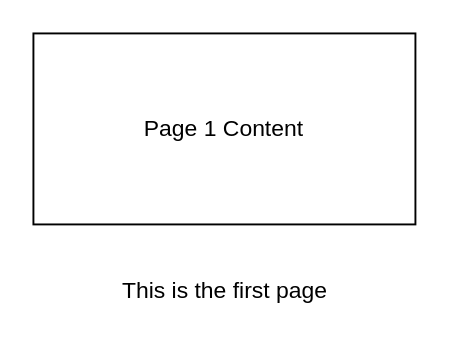
Above: page "Page 1" (1 of 3) of 027.test-drawio/src/multi-page-test.drawio in kohei39san/mystudy-handson (draw.io), before the change. Source tidied: cells renumbered, new cells numbered last; positions are measured from the earlier drawing's top-left corner, leaving out a move shared by most shapes. Both pictures are drawn from the tidied source at 191%, with x=0, y=0 at pixel (32, 32).
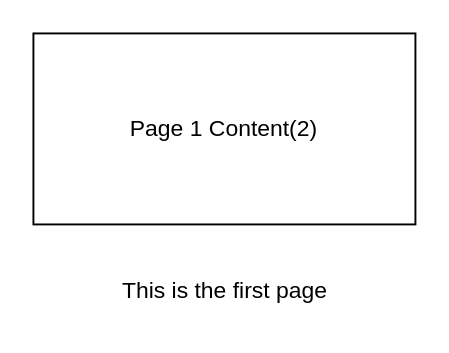
After the change.

Commit message (it also covers changes not shown here):
refactor: streamline Draw.io page counting by using a dedicated script

Diff of the diagram source:
```diff
@@
 <mxGraphModel>
   <root>
     <mxCell id="0" />
     <mxCell id="1" parent="0" />
-    <mxCell id="2" value="Page 1 Content" style="rounded=0;whiteSpace=wrap;html=1;" parent="1" vertex="1">
+    <mxCell id="2" value="Page 1 Content(2)" style="rounded=0;whiteSpace=wrap;html=1;" parent="1" vertex="1">
       <mxGeometry width="200" height="100" as="geometry" />
     </mxCell>
     <mxCell id="3" value="This is the first page" style="text;html=1;align=center;verticalAlign=middle;strokeColor=none;fillColor=none;" parent="1" vertex="1">
       <mxGeometry x="20" y="120" width="160" height="30" as="geometry" />
     </mxCell>
   </root>
 </mxGraphModel>
```
